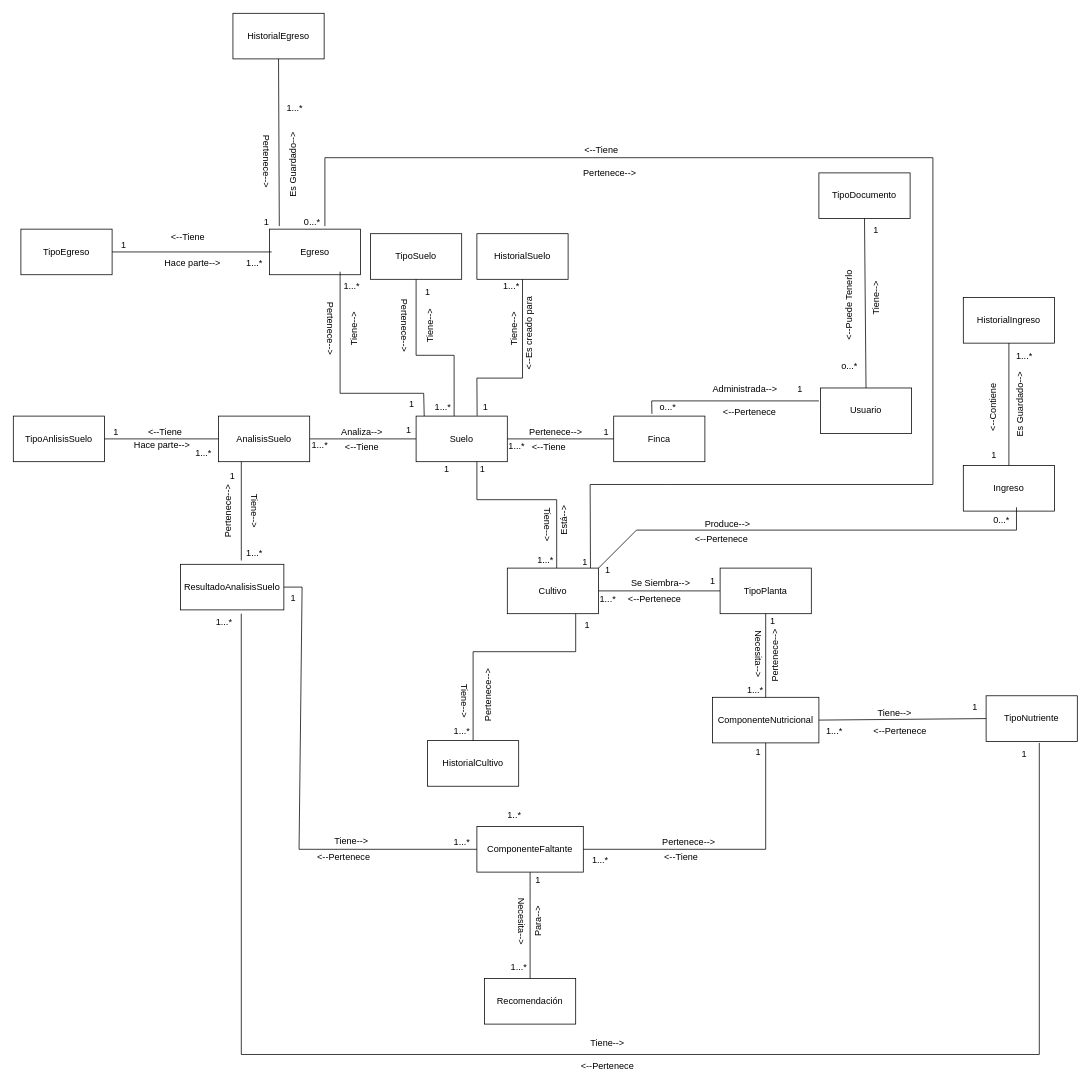
Earlier version of the draw.io diagram CropScan.drawio (1193090526alexander/IngenieriaDeSotwareII). Source tidied: cells renumbered, new cells numbered last; positions are measured from the earlier drawing's top-left corner, leaving out a move shared by most shapes. Both pictures are drawn from the tidied source at 76%, with x=0, y=0 at pixel (13, 13).
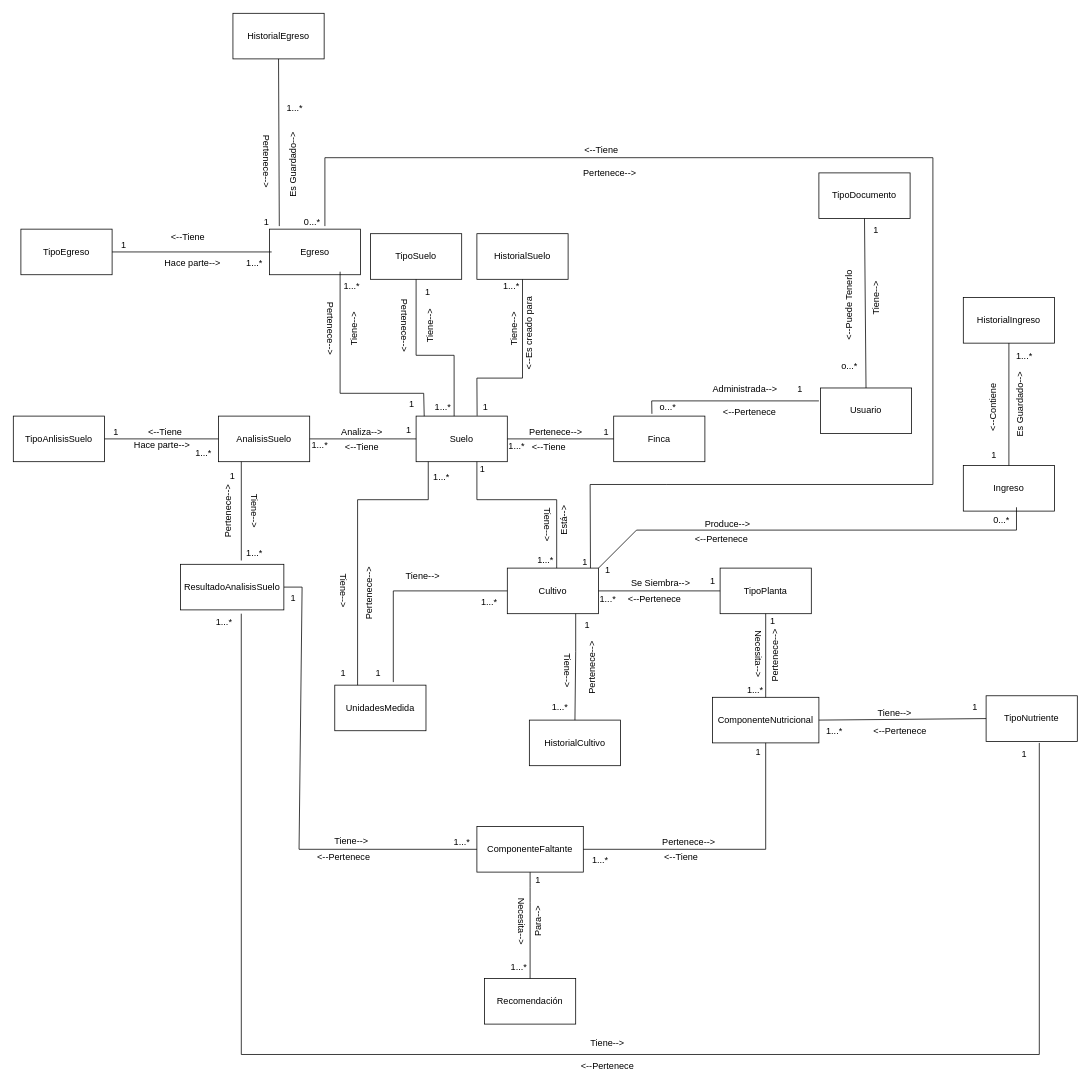
The same page after the edit.

The change refers to these unchanged cells:
```xml
<mxCell id="16" value="Cultivo" style="rounded=0;whiteSpace=wrap;html=1;" parent="1" vertex="1">
  <mxGeometry x="650" y="730" width="120" height="60" as="geometry" />
</mxCell>
```

What changed in the source:
```diff
@@
     <mxCell id="79" value="1" style="text;html=1;align=center;verticalAlign=middle;strokeColor=none;fillColor=none;" parent="1" vertex="1">
-      <mxGeometry x="555" y="585" width="30" height="30" as="geometry" />
+      <mxGeometry x="419" y="854" width="30" height="30" as="geometry" />
     </mxCell>
-    <mxCell id="80" value="1..*" style="text;html=1;align=center;verticalAlign=middle;strokeColor=none;fillColor=none;" parent="1" vertex="1">
-      <mxGeometry x="639" y="1040" width="40" height="30" as="geometry" />
-    </mxCell>
@@
     <mxCell id="100" value="HistorialCultivo" style="rounded=0;whiteSpace=wrap;html=1;" parent="1" vertex="1">
-      <mxGeometry x="545" y="957" width="120" height="60" as="geometry" />
+      <mxGeometry x="679" y="930" width="120" height="60" as="geometry" />
     </mxCell>
     <mxCell id="101" style="endArrow=none;html=1;rounded=0;entryX=0.75;entryY=1;entryDx=0;entryDy=0;exitX=0.5;exitY=0;exitDx=0;exitDy=0;" parent="1" edge="1" source="100" target="16">
       <mxGeometry relative="1" as="geometry">
         <Array as="points">
-          <mxPoint x="605" y="840" />
           <mxPoint x="740" y="840" />
         </Array>
       </mxGeometry>
     </mxCell>
     <mxCell id="102" value="Tiene--&amp;gt;" style="text;html=1;strokeColor=none;fillColor=none;align=center;verticalAlign=middle;whiteSpace=wrap;rounded=0;rotation=90;" parent="1" vertex="1">
-      <mxGeometry x="560" y="898" width="67" height="14" as="geometry" />
+      <mxGeometry x="695" y="858" width="67" height="14" as="geometry" />
     </mxCell>
     <mxCell id="103" value="Pertenece--&amp;gt;" style="text;html=1;strokeColor=none;fillColor=none;align=center;verticalAlign=middle;whiteSpace=wrap;rounded=0;rotation=270;" parent="1" vertex="1">
-      <mxGeometry x="585" y="882" width="80" height="30" as="geometry" />
+      <mxGeometry x="722" y="846" width="80" height="30" as="geometry" />
     </mxCell>
@@
     <mxCell id="105" value="1...*" style="text;html=1;align=center;verticalAlign=middle;strokeColor=none;fillColor=none;" parent="1" vertex="1">
-      <mxGeometry x="570" y="930" width="40" height="30" as="geometry" />
+      <mxGeometry x="699" y="898" width="40" height="30" as="geometry" />
     </mxCell>
@@
+    <mxCell id="140" value="UnidadesMedida" style="rounded=0;whiteSpace=wrap;html=1;" parent="1" vertex="1">
+      <mxGeometry x="423" y="884" width="120" height="60" as="geometry" />
+    </mxCell>
+    <mxCell id="141" style="endArrow=none;html=1;rounded=0;exitX=0.25;exitY=0;exitDx=0;exitDy=0;" parent="1" edge="1" source="140">
+      <mxGeometry relative="1" as="geometry">
+        <mxPoint x="546" y="590" as="targetPoint" />
+        <Array as="points">
+          <mxPoint x="453" y="640" />
+          <mxPoint x="546" y="640" />
+        </Array>
+      </mxGeometry>
+    </mxCell>
+    <mxCell id="142" style="endArrow=none;html=1;rounded=0;entryX=0;entryY=0.5;entryDx=0;entryDy=0;" parent="1" edge="1" target="16">
+      <mxGeometry relative="1" as="geometry">
+        <mxPoint x="500" y="880" as="sourcePoint" />
+        <Array as="points">
+          <mxPoint x="500" y="760" />
+        </Array>
+      </mxGeometry>
+    </mxCell>
+    <mxCell id="143" value="1" style="text;html=1;align=center;verticalAlign=middle;strokeColor=none;fillColor=none;" parent="1" vertex="1">
+      <mxGeometry x="465" y="854" width="30" height="30" as="geometry" />
+    </mxCell>
+    <mxCell id="144" value="1...*" style="text;html=1;align=center;verticalAlign=middle;strokeColor=none;fillColor=none;" parent="1" vertex="1">
+      <mxGeometry x="543" y="595" width="40" height="30" as="geometry" />
+    </mxCell>
+    <mxCell id="145" value="1...*" style="text;html=1;align=center;verticalAlign=middle;strokeColor=none;fillColor=none;" parent="1" vertex="1">
+      <mxGeometry x="606" y="760" width="40" height="30" as="geometry" />
+    </mxCell>
+    <mxCell id="146" value="Tiene--&amp;gt;" style="text;html=1;strokeColor=none;fillColor=none;align=center;verticalAlign=middle;whiteSpace=wrap;rounded=0;rotation=90;" parent="1" vertex="1">
+      <mxGeometry x="395" y="745" width="80" height="30" as="geometry" />
+    </mxCell>
+    <mxCell id="147" value="Tiene--&amp;gt;" style="text;html=1;strokeColor=none;fillColor=none;align=center;verticalAlign=middle;whiteSpace=wrap;rounded=0;rotation=0;" parent="1" vertex="1">
+      <mxGeometry x="499" y="726" width="80" height="30" as="geometry" />
+    </mxCell>
+    <mxCell id="148" value="Pertenece--&amp;gt;" style="text;html=1;strokeColor=none;fillColor=none;align=center;verticalAlign=middle;whiteSpace=wrap;rounded=0;rotation=270;" parent="1" vertex="1">
+      <mxGeometry x="429" y="748" width="80" height="30" as="geometry" />
+    </mxCell>
```
